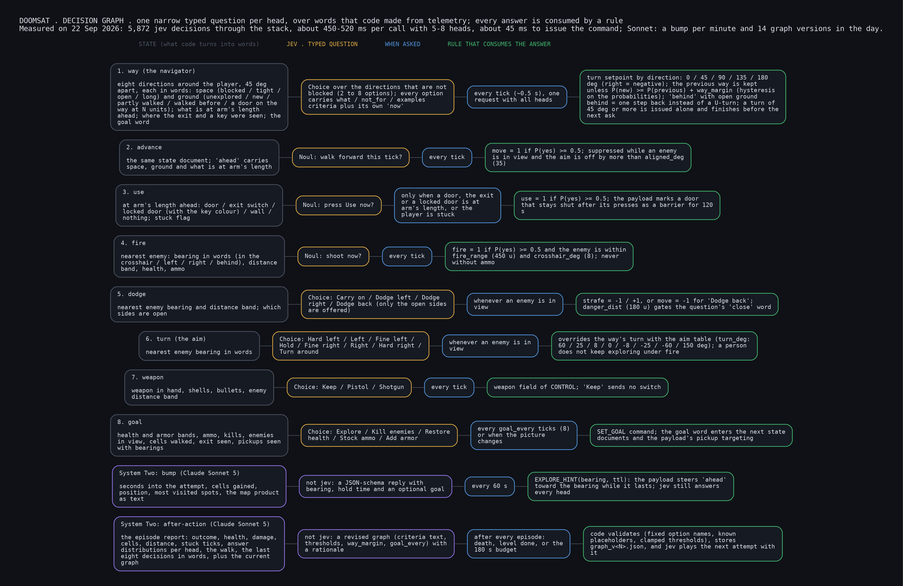
The Graphviz diagram docs/diagrams/decision_graph.png in Devonance/DoomSat, before a commit. Its source is kept beside it as docs/diagrams/decision_graph.dot.
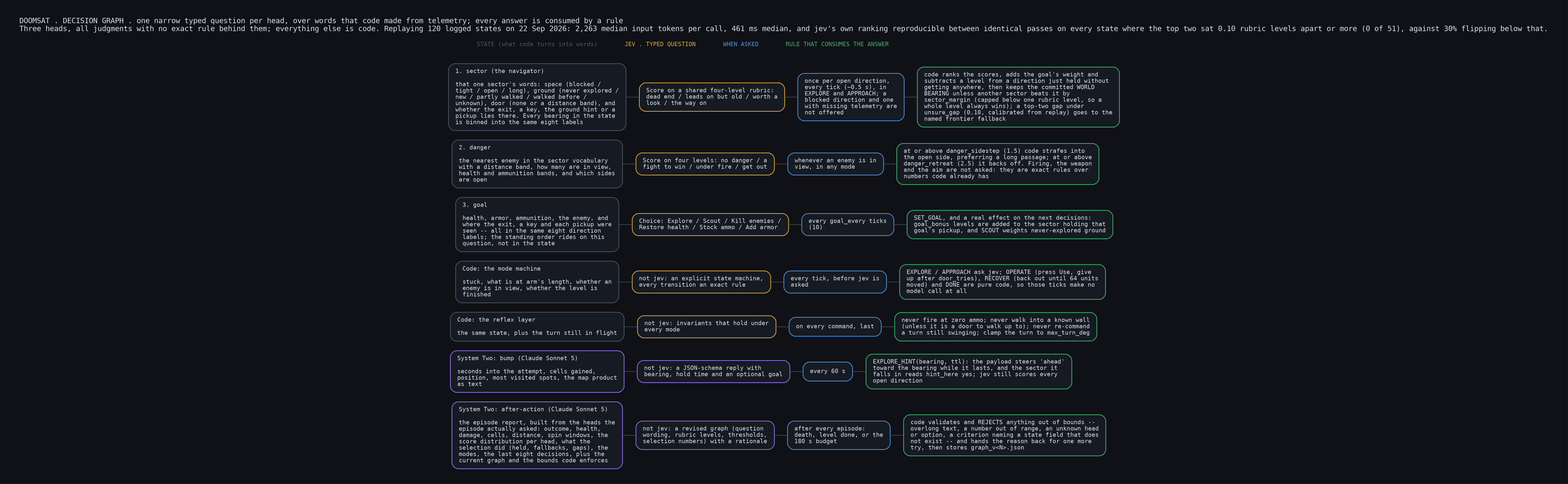
Later version of the same file.

Diff of the diagram source:
```diff
@@ -1,78 +1,57 @@
 digraph G {
   graph [bgcolor="#0f1116", fontname="DejaVu Sans Mono", fontcolor="#d8dde6", labelloc=t, labeljust=l, nodesep=0.35, ranksep=0.25, pad=0.4,
-         label="DOOMSAT . DECISION GRAPH . one narrow typed question per head, over words that code made from telemetry; every answer is consumed by a rule\lMeasured on 22 Sep 2026: 5,872 jev decisions through the stack, about 450-520 ms per call with 5-8 heads, about 45 ms to issue the command; Sonnet: a bump per minute and 14 graph versions in the day.\l"];
+         label="DOOMSAT . DECISION GRAPH . one narrow typed question per head, over words that code made from telemetry; every answer is consumed by a rule\lThree heads, all judgments with no exact rule behind them; everything else is code. Replaying 120 logged states on 22 Sep 2026: 2,263 median input tokens per call, 461 ms median, and jev's own ranking reproducible between identical passes on every state where the top two sat 0.10 rubric levels apart or more (0 of 51), against 30% flipping below that.\l"];
   node [shape=box, style="rounded,filled", fillcolor="#161a22", fontname="DejaVu Sans Mono", fontsize=11, fontcolor="#d8dde6", penwidth=1.4, margin="0.18,0.12"];
   edge [color="#4a5160", arrowhead=none, penwidth=1.0];
   { rank=same; h0 [shape=plaintext, fillcolor="#0f1116", fontcolor="#4a5160", label="STATE (what code turns into words)"]; h1 [shape=plaintext, fillcolor="#0f1116", fontcolor="#d9a441", label="JEV . TYPED QUESTION"]; h2 [shape=plaintext, fillcolor="#0f1116", fontcolor="#4f8fd6", label="WHEN ASKED"]; h3 [shape=plaintext, fillcolor="#0f1116", fontcolor="#3fae6a", label="RULE THAT CONSUMES THE ANSWER"] }
   h0 -> h1 -> h2 -> h3 [style=invis];
-  r0c0 [label="1. way (the navigator)\l\leight directions around the player, 45 deg\lapart, each in words: space (blocked / tight /\lopen / long) and ground (unexplored / new /\lpartly walked / walked before / a door on the\lway at N units); what is at arm's length\lahead; where the exit and a key were seen; the\lgoal word\l", color="#4a5160"];
-  r0c1 [label="Choice over the directions that are not\lblocked (2 to 8 options); every option\lcarries what / not_for / examples\lcriteria plus its own 'now'\l", color="#d9a441"];
-  r0c2 [label="every tick (~0.5 s), one\lrequest with all heads\l", color="#4f8fd6"];
-  r0c3 [label="turn setpoint by direction: 0 / 45 / 90 / 135 / 180\ldeg (right = negative); the previous way is kept\lunless P(new) >= P(previous) + way_margin (hysteresis\lon the probabilities); 'behind' with open ground\lbehind = one step back instead of a U-turn; a turn of\l45 deg or more is issued alone and finishes before the\lnext ask\l", color="#3fae6a"];
+  r0c0 [label="1. sector (the navigator)\l\lthat one sector's words: space (blocked /\ltight / open / long), ground (never explored /\lnew / partly walked / walked before /\lunknown), door (none or a distance band), and\lwhether the exit, a key, the ground hint or a\lpickup lies there. Every bearing in the state\lis binned into the same eight labels\l", color="#4a5160"];
+  r0c1 [label="Score on a shared four-level rubric:\ldead end / leads on but old / worth a\llook / the way on\l", color="#d9a441"];
+  r0c2 [label="once per open direction,\levery tick (~0.5 s), in\lEXPLORE and APPROACH; a\lblocked direction and one\lwith missing telemetry are\lnot offered\l", color="#4f8fd6"];
+  r0c3 [label="code ranks the scores, adds the goal's weight and\lsubtracts a level from a direction just held without\lgetting anywhere, then keeps the committed WORLD\lBEARING unless another sector beats it by\lsector_margin (capped below one rubric level, so a\lwhole level always wins); a top-two gap under\lunsure_gap (0.10, calibrated from replay) goes to the\lnamed frontier fallback\l", color="#3fae6a"];
   { rank=same; r0c0; r0c1; r0c2; r0c3 }
   r0c0 -> r0c1 -> r0c2 -> r0c3;
   h0 -> r0c0 [style=invis];
-  r1c0 [label="2. advance\l\lthe same state document; 'ahead' carries\lspace, ground and what is at arm's length\l", color="#4a5160"];
-  r1c1 [label="Noul: walk forward this tick?\l", color="#d9a441"];
-  r1c2 [label="every tick\l", color="#4f8fd6"];
-  r1c3 [label="move = 1 if P(yes) >= 0.5; suppressed while an enemy\lis in view and the aim is off by more than aligned_deg\l(35)\l", color="#3fae6a"];
+  r1c0 [label="2. danger\l\lthe nearest enemy in the sector vocabulary\lwith a distance band, how many are in view,\lhealth and ammunition bands, and which sides\lare open\l", color="#4a5160"];
+  r1c1 [label="Score on four levels: no danger / a\lfight to win / under fire / get out\l", color="#d9a441"];
+  r1c2 [label="whenever an enemy is in\lview, in any mode\l", color="#4f8fd6"];
+  r1c3 [label="at or above danger_sidestep (1.5) code strafes into\lthe open side, preferring a long passage; at or above\ldanger_retreat (2.5) it backs off. Firing, the weapon\land the aim are not asked: they are exact rules over\lnumbers code already has\l", color="#3fae6a"];
   { rank=same; r1c0; r1c1; r1c2; r1c3 }
   r1c0 -> r1c1 -> r1c2 -> r1c3;
   r0c0 -> r1c0 [style=invis];
-  r2c0 [label="3. use\l\lat arm's length ahead: door / exit switch /\llocked door (with the key colour) / wall /\lnothing; stuck flag\l", color="#4a5160"];
-  r2c1 [label="Noul: press Use now?\l", color="#d9a441"];
-  r2c2 [label="only when a door, the exit\lor a locked door is at\larm's length, or the\lplayer is stuck\l", color="#4f8fd6"];
-  r2c3 [label="use = 1 if P(yes) >= 0.5; the payload marks a door\lthat stays shut after its presses as a barrier for 120\ls\l", color="#3fae6a"];
+  r2c0 [label="3. goal\l\lhealth, armor, ammunition, the enemy, and\lwhere the exit, a key and each pickup were\lseen -- all in the same eight direction\llabels; the standing order rides on this\lquestion, not in the state\l", color="#4a5160"];
+  r2c1 [label="Choice: Explore / Scout / Kill enemies /\lRestore health / Stock ammo / Add armor\l", color="#d9a441"];
+  r2c2 [label="every goal_every ticks\l(10)\l", color="#4f8fd6"];
+  r2c3 [label="SET_GOAL, and a real effect on the next decisions:\lgoal_bonus levels are added to the sector holding that\lgoal's pickup, and SCOUT weights never-explored ground\l", color="#3fae6a"];
   { rank=same; r2c0; r2c1; r2c2; r2c3 }
   r2c0 -> r2c1 -> r2c2 -> r2c3;
   r1c0 -> r2c0 [style=invis];
-  r3c0 [label="4. fire\l\lnearest enemy: bearing in words (in the\lcrosshair / left / right / behind), distance\lband, health, ammo\l", color="#4a5160"];
-  r3c1 [label="Noul: shoot now?\l", color="#d9a441"];
-  r3c2 [label="every tick\l", color="#4f8fd6"];
-  r3c3 [label="fire = 1 if P(yes) >= 0.5 and the enemy is within\lfire_range (450 u) and crosshair_deg (8); never\lwithout ammo\l", color="#3fae6a"];
+  r3c0 [label="Code: the mode machine\l\lstuck, what is at arm's length, whether an\lenemy is in view, whether the level is\lfinished\l", color="#4a5160"];
+  r3c1 [label="not jev: an explicit state machine,\levery transition an exact rule\l", color="#d9a441"];
+  r3c2 [label="every tick, before jev is\lasked\l", color="#4f8fd6"];
+  r3c3 [label="EXPLORE / APPROACH ask jev; OPERATE (press Use, give\lup after door_tries), RECOVER (back out until 64 units\lmoved) and DONE are pure code, so those ticks make no\lmodel call at all\l", color="#3fae6a"];
   { rank=same; r3c0; r3c1; r3c2; r3c3 }
   r3c0 -> r3c1 -> r3c2 -> r3c3;
   r2c0 -> r3c0 [style=invis];
-  r4c0 [label="5. dodge\l\lnearest enemy bearing and distance band; which\lsides are open\l", color="#4a5160"];
-  r4c1 [label="Choice: Carry on / Dodge left / Dodge\lright / Dodge back (only the open sides\lare offered)\l", color="#d9a441"];
-  r4c2 [label="whenever an enemy is in\lview\l", color="#4f8fd6"];
-  r4c3 [label="strafe = -1 / +1, or move = -1 for 'Dodge back';\ldanger_dist (180 u) gates the question's 'close' word\l", color="#3fae6a"];
+  r4c0 [label="Code: the reflex layer\l\lthe same state, plus the turn still in flight\l", color="#4a5160"];
+  r4c1 [label="not jev: invariants that hold under\levery mode\l", color="#d9a441"];
+  r4c2 [label="on every command, last\l", color="#4f8fd6"];
+  r4c3 [label="never fire at zero ammo; never walk into a known wall\l(unless it is a door to walk up to); never re-command\la turn still swinging; clamp the turn to max_turn_deg\l", color="#3fae6a"];
   { rank=same; r4c0; r4c1; r4c2; r4c3 }
   r4c0 -> r4c1 -> r4c2 -> r4c3;
   r3c0 -> r4c0 [style=invis];
-  r5c0 [label="6. turn (the aim)\l\lnearest enemy bearing in words\l", color="#4a5160"];
-  r5c1 [label="Choice: Hard left / Left / Fine left /\lHold / Fine right / Right / Hard right /\lTurn around\l", color="#d9a441"];
-  r5c2 [label="whenever an enemy is in\lview\l", color="#4f8fd6"];
-  r5c3 [label="overrides the way's turn with the aim table (turn_deg:\l60 / 25 / 8 / 0 / -8 / -25 / -60 / 150 deg); a person\ldoes not keep exploring under fire\l", color="#3fae6a"];
+  r5c0 [label="System Two: bump (Claude Sonnet 5)\l\lseconds into the attempt, cells gained,\lposition, most visited spots, the map product\las text\l", color="#8f6fe0"];
+  r5c1 [label="not jev: a JSON-schema reply with\lbearing, hold time and an optional goal\l", color="#8f6fe0"];
+  r5c2 [label="every 60 s\l", color="#4f8fd6"];
+  r5c3 [label="EXPLORE_HINT(bearing, ttl): the payload steers 'ahead'\ltoward the bearing while it lasts, and the sector it\lfalls in reads hint_here yes; jev still scores every\lopen direction\l", color="#3fae6a"];
   { rank=same; r5c0; r5c1; r5c2; r5c3 }
   r5c0 -> r5c1 -> r5c2 -> r5c3;
   r4c0 -> r5c0 [style=invis];
-  r6c0 [label="7. weapon\l\lweapon in hand, shells, bullets, enemy\ldistance band\l", color="#4a5160"];
-  r6c1 [label="Choice: Keep / Pistol / Shotgun\l", color="#d9a441"];
-  r6c2 [label="every tick\l", color="#4f8fd6"];
-  r6c3 [label="weapon field of CONTROL; 'Keep' sends no switch\l", color="#3fae6a"];
+  r6c0 [label="System Two: after-action (Claude Sonnet 5)\l\lthe episode report, built from the heads the\lepisode actually asked: outcome, health,\ldamage, cells, distance, spin windows, the\lscore distribution per head, what the\lselection did (held, fallbacks, gaps), the\lmodes, the last eight decisions, plus the\lcurrent graph and the bounds code enforces\l", color="#8f6fe0"];
+  r6c1 [label="not jev: a revised graph (question\lwording, rubric levels, thresholds,\lselection numbers) with a rationale\l", color="#8f6fe0"];
+  r6c2 [label="after every episode:\ldeath, level done, or the\l180 s budget\l", color="#4f8fd6"];
+  r6c3 [label="code validates and REJECTS anything out of bounds --\loverlong text, a number out of range, an unknown head\lor option, a criterion naming a state field that does\lnot exist -- and hands the reason back for one more\ltry, then stores graph_v<N>.json\l", color="#3fae6a"];
   { rank=same; r6c0; r6c1; r6c2; r6c3 }
   r6c0 -> r6c1 -> r6c2 -> r6c3;
   r5c0 -> r6c0 [style=invis];
-  r7c0 [label="8. goal\l\lhealth and armor bands, ammo, kills, enemies\lin view, cells walked, exit seen, pickups seen\lwith bearings\l", color="#4a5160"];
-  r7c1 [label="Choice: Explore / Kill enemies / Restore\lhealth / Stock ammo / Add armor\l", color="#d9a441"];
-  r7c2 [label="every goal_every ticks (8)\lor when the picture\lchanges\l", color="#4f8fd6"];
-  r7c3 [label="SET_GOAL command; the goal word enters the next state\ldocuments and the payload's pickup targeting\l", color="#3fae6a"];
-  { rank=same; r7c0; r7c1; r7c2; r7c3 }
-  r7c0 -> r7c1 -> r7c2 -> r7c3;
-  r6c0 -> r7c0 [style=invis];
-  r8c0 [label="System Two: bump (Claude Sonnet 5)\l\lseconds into the attempt, cells gained,\lposition, most visited spots, the map product\las text\l", color="#8f6fe0"];
-  r8c1 [label="not jev: a JSON-schema reply with\lbearing, hold time and an optional goal\l", color="#8f6fe0"];
-  r8c2 [label="every 60 s\l", color="#4f8fd6"];
-  r8c3 [label="EXPLORE_HINT(bearing, ttl): the payload steers 'ahead'\ltoward the bearing while it lasts; jev still answers\levery head\l", color="#3fae6a"];
-  { rank=same; r8c0; r8c1; r8c2; r8c3 }
-  r8c0 -> r8c1 -> r8c2 -> r8c3;
-  r7c0 -> r8c0 [style=invis];
-  r9c0 [label="System Two: after-action (Claude Sonnet 5)\l\lthe episode report: outcome, health, damage,\lcells, distance, stuck ticks, answer\ldistributions per head, the walk, the last\leight decisions in words, plus the current\lgraph\l", color="#8f6fe0"];
-  r9c1 [label="not jev: a revised graph (criteria text,\lthresholds, way_margin, goal_every) with\la rationale\l", color="#8f6fe0"];
-  r9c2 [label="after every episode:\ldeath, level done, or the\l180 s budget\l", color="#4f8fd6"];
-  r9c3 [label="code validates (fixed option names, known\lplaceholders, clamped thresholds), stores\lgraph_v<N>.json, and jev plays the next attempt with\lit\l", color="#3fae6a"];
-  { rank=same; r9c0; r9c1; r9c2; r9c3 }
-  r9c0 -> r9c1 -> r9c2 -> r9c3;
-  r8c0 -> r9c0 [style=invis];
 }
```
